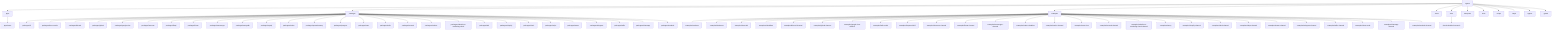
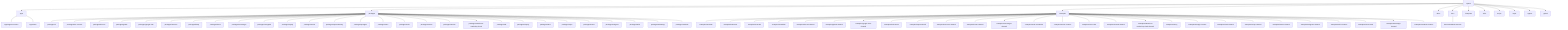
flowchart TD
  root["agents"]
  n_apps["apps"]
  root --> n_apps
+   n_apps_agents_runtime["apps/agents-runtime"]
+   n_apps --> n_apps_agents_runtime
  n_apps_www["apps/www"]
  n_apps --> n_apps_www
  n_packages["packages"]
  root --> n_packages
  n_packages_cli["packages/cli"]
  n_packages --> n_packages_cli
  n_packages_dev_console["packages/dev-console"]
  n_packages --> n_packages_dev_console
  n_packages_discord["packages/discord"]
  n_packages --> n_packages_discord
  n_packages_github["packages/github"]
  n_packages --> n_packages_github
  n_packages_google_chat["packages/google-chat"]
  n_packages --> n_packages_google_chat
  n_packages_intercom["packages/intercom"]
  n_packages --> n_packages_intercom
  n_packages_libsql["packages/libsql"]
  n_packages --> n_packages_libsql
  n_packages_linear["packages/linear"]
  n_packages --> n_packages_linear
  n_packages_messenger["packages/messenger"]
  n_packages --> n_packages_messenger
  n_packages_mongodb["packages/mongodb"]
  n_packages --> n_packages_mongodb
  n_packages_mysql["packages/mysql"]
  n_packages --> n_packages_mysql
  n_packages_notion["packages/notion"]
  n_packages --> n_packages_notion
  n_packages_opentelemetry["packages/opentelemetry"]
  n_packages --> n_packages_opentelemetry
  n_packages_postgres["packages/postgres"]
  n_packages --> n_packages_postgres
  n_packages_react["packages/react"]
  n_packages --> n_packages_react
  n_packages_redis["packages/redis"]
  n_packages --> n_packages_redis
  n_packages_resend["packages/resend"]
  n_packages --> n_packages_resend
  n_packages_runtime["packages/runtime"]
  n_packages --> n_packages_runtime
  n_packages_salesforce_marketing_cloud["packages/salesforce-marketing-cloud"]
  n_packages --> n_packages_salesforce_marketing_cloud
  n_packages_sdk["packages/sdk"]
  n_packages --> n_packages_sdk
  n_packages_shopify["packages/shopify"]
  n_packages --> n_packages_shopify
  n_packages_slack["packages/slack"]
  n_packages --> n_packages_slack
  n_packages_stripe["packages/stripe"]
  n_packages --> n_packages_stripe
  n_packages_teams["packages/teams"]
  n_packages --> n_packages_teams
  n_packages_telegram["packages/telegram"]
  n_packages --> n_packages_telegram
  n_packages_twilio["packages/twilio"]
  n_packages --> n_packages_twilio
  n_packages_whatsapp["packages/whatsapp"]
  n_packages --> n_packages_whatsapp
  n_packages_zendesk["packages/zendesk"]
  n_packages --> n_packages_zendesk
  n_examples["examples"]
  root --> n_examples
  n_examples_assistant["examples/assistant"]
  n_examples --> n_examples_assistant
  n_examples_braintrust["examples/braintrust"]
  n_examples --> n_examples_braintrust
  n_examples_chat_sdk["examples/chat-sdk"]
  n_examples --> n_examples_chat_sdk
  n_examples_cloudflare["examples/cloudflare"]
  n_examples --> n_examples_cloudflare
  n_examples_discord_channel["examples/discord-channel"]
  n_examples --> n_examples_discord_channel
  n_examples_github_channel["examples/github-channel"]
  n_examples --> n_examples_github_channel
  n_examples_google_chat_channel["examples/google-chat-channel"]
  n_examples --> n_examples_google_chat_channel
  n_examples_hello_world["examples/hello-world"]
  n_examples --> n_examples_hello_world
  n_examples_imported_skill["examples/imported-skill"]
  n_examples --> n_examples_imported_skill
  n_examples_intercom_channel["examples/intercom-channel"]
  n_examples --> n_examples_intercom_channel
  n_examples_linear_channel["examples/linear-channel"]
  n_examples --> n_examples_linear_channel
  n_examples_messenger_channel["examples/messenger-channel"]
  n_examples --> n_examples_messenger_channel
  n_examples_node_schedules["examples/node-schedules"]
  n_examples --> n_examples_node_schedules
  n_examples_notion_channel["examples/notion-channel"]
  n_examples --> n_examples_notion_channel
  n_examples_react_chat["examples/react-chat"]
  n_examples --> n_examples_react_chat
  n_examples_resend_channel["examples/resend-channel"]
  n_examples --> n_examples_resend_channel
  n_examples_salesforce_marketing_cloud_channel["examples/salesforce-marketing-cloud-channel"]
  n_examples --> n_examples_salesforce_marketing_cloud_channel
  n_examples_sentry["examples/sentry"]
  n_examples --> n_examples_sentry
  n_examples_shopify_channel["examples/shopify-channel"]
  n_examples --> n_examples_shopify_channel
  n_examples_slack_channel["examples/slack-channel"]
  n_examples --> n_examples_slack_channel
  n_examples_stripe_channel["examples/stripe-channel"]
  n_examples --> n_examples_stripe_channel
  n_examples_teams_channel["examples/teams-channel"]
  n_examples --> n_examples_teams_channel
  n_examples_telegram_channel["examples/telegram-channel"]
  n_examples --> n_examples_telegram_channel
  n_examples_twilio_channel["examples/twilio-channel"]
  n_examples --> n_examples_twilio_channel
  n_examples_vitest_evals["examples/vitest-evals"]
  n_examples --> n_examples_vitest_evals
  n_examples_whatsapp_channel["examples/whatsapp-channel"]
  n_examples --> n_examples_whatsapp_channel
  n_examples_zendesk_channel["examples/zendesk-channel"]
  n_examples --> n_examples_zendesk_channel
  n_demo["demo"]
  root --> n_demo
  n_docs["docs"]
  root --> n_docs
  n_docs_scheduled_research["docs/scheduled-research"]
  n_docs --> n_docs_scheduled_research
  n_blueprints["blueprints"]
  root --> n_blueprints
  n_skills["skills"]
  root --> n_skills
  n_scripts["scripts"]
  root --> n_scripts
  n_bapX[".bapX"]
  root --> n_bapX
  n_agents[".agents"]
  root --> n_agents
  n_github[".github"]
  root --> n_github

%% Generated by `bapX map`. Do not edit by hand.
